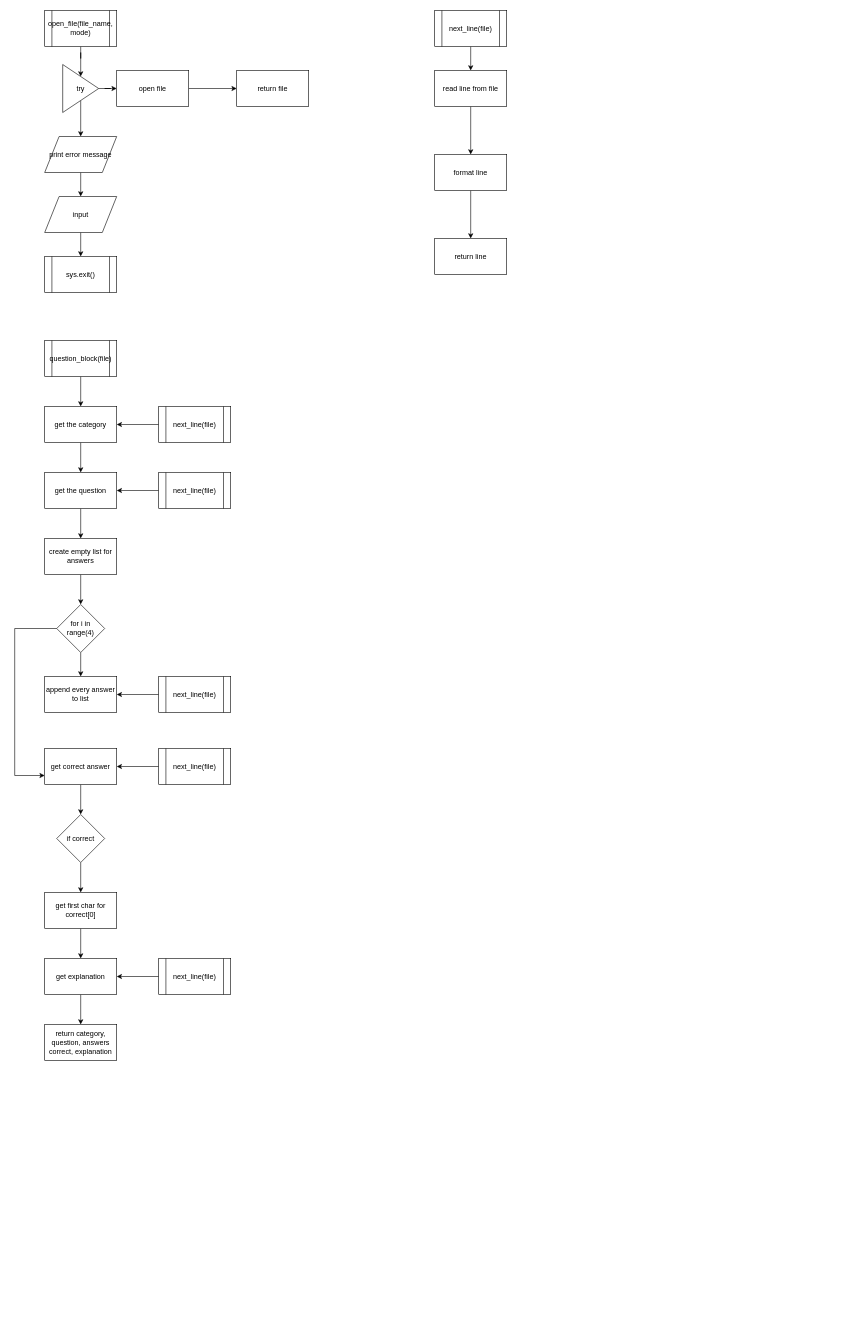
Mr360spectrum/Python-CLC keeps this draw.io diagram as Term 2/20Questions/20Questions.drawio. Above is the earlier version. Source tidied: cells renumbered, new cells numbered last; positions are measured from the earlier drawing's top-left corner, leaving out a move shared by most shapes. Both pictures are drawn from the tidied source at 60%, with x=0, y=0 at pixel (14, 10).
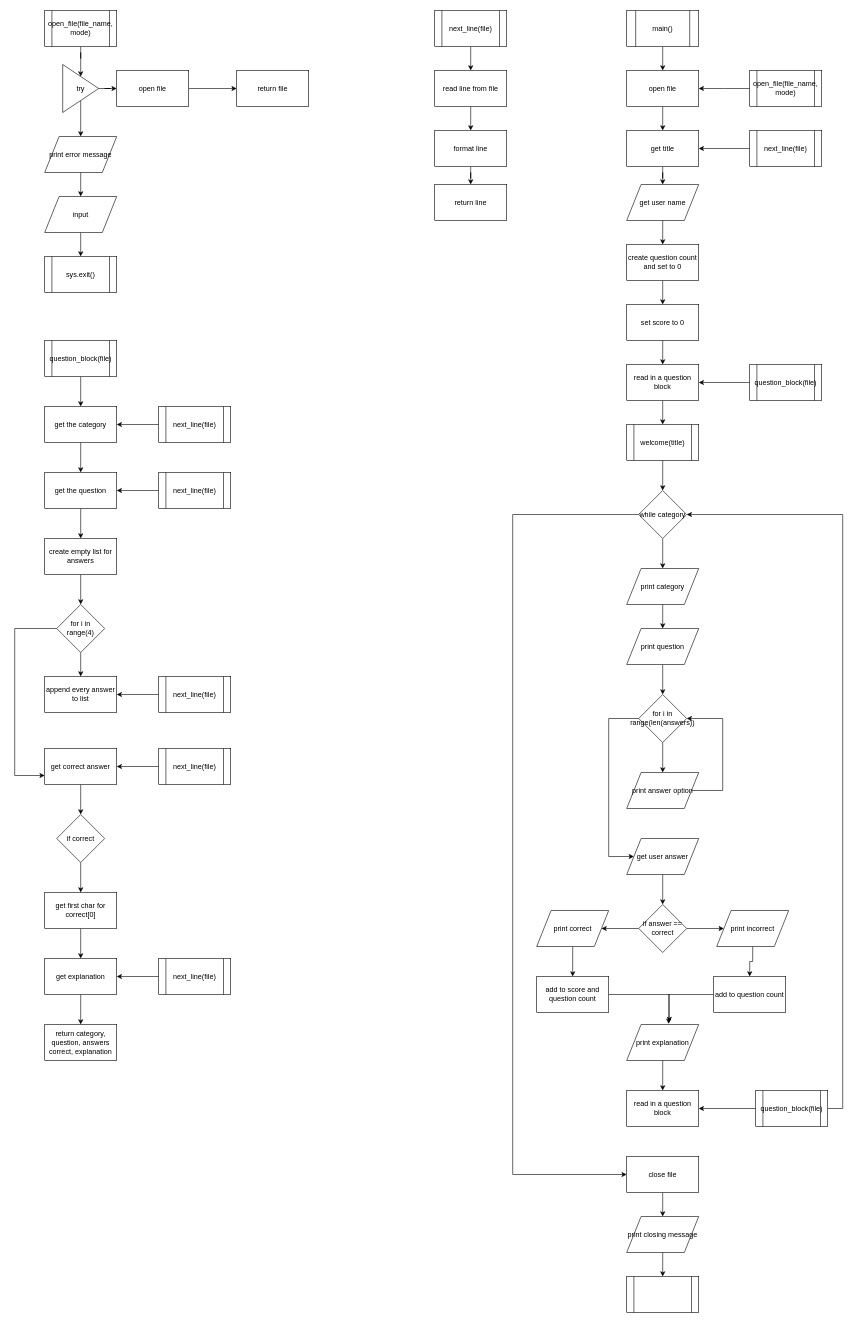
The same diagram, later.

Diff of the diagram source:
```diff
@@
     <mxCell id="20" value="format line" style="rounded=0;whiteSpace=wrap;html=1;" parent="1" vertex="1">
-      <mxGeometry x="700" y="240" width="120" height="60" as="geometry" />
+      <mxGeometry x="700" y="200" width="120" height="60" as="geometry" />
     </mxCell>
     <mxCell id="21" value="return line" style="rounded=0;whiteSpace=wrap;html=1;" parent="1" vertex="1">
-      <mxGeometry x="700" y="380" width="120" height="60" as="geometry" />
+      <mxGeometry x="700" y="290" width="120" height="60" as="geometry" />
     </mxCell>
@@
+    <mxCell id="53" style="edgeStyle=orthogonalEdgeStyle;rounded=0;jettySize=auto;html=1;" parent="1" edge="1" source="54" target="56">
+      <mxGeometry relative="1" as="geometry" />
+    </mxCell>
+    <mxCell id="54" value="main()" style="shape=process;whiteSpace=wrap;html=1;backgroundOutline=1;size=0.125;" parent="1" vertex="1">
+      <mxGeometry x="1020" width="120" height="60" as="geometry" />
+    </mxCell>
+    <mxCell id="55" style="edgeStyle=orthogonalEdgeStyle;rounded=0;jettySize=auto;html=1;" parent="1" edge="1" source="56" target="58">
+      <mxGeometry relative="1" as="geometry" />
+    </mxCell>
+    <mxCell id="56" value="open file" style="rounded=0;whiteSpace=wrap;html=1;" parent="1" vertex="1">
+      <mxGeometry x="1020" y="100" width="120" height="60" as="geometry" />
+    </mxCell>
+    <mxCell id="57" style="edgeStyle=orthogonalEdgeStyle;rounded=0;jettySize=auto;html=1;" parent="1" edge="1" source="58" target="64">
+      <mxGeometry relative="1" as="geometry" />
+    </mxCell>
+    <mxCell id="58" value="get title" style="rounded=0;whiteSpace=wrap;html=1;" parent="1" vertex="1">
+      <mxGeometry x="1020" y="200" width="120" height="60" as="geometry" />
+    </mxCell>
+    <mxCell id="59" style="edgeStyle=orthogonalEdgeStyle;rounded=0;jettySize=auto;html=1;" parent="1" edge="1" source="60">
+      <mxGeometry relative="1" as="geometry">
+        <mxPoint x="1140" y="130" as="targetPoint" />
+      </mxGeometry>
+    </mxCell>
+    <mxCell id="60" value="open_file(file_name, mode)" style="shape=process;whiteSpace=wrap;html=1;backgroundOutline=1;" parent="1" vertex="1">
+      <mxGeometry x="1225" y="100" width="120" height="60" as="geometry" />
+    </mxCell>
+    <mxCell id="61" style="edgeStyle=orthogonalEdgeStyle;rounded=0;jettySize=auto;html=1;entryX=1;entryY=0.5;entryDx=0;entryDy=0;entryPerimeter=0;" parent="1" edge="1" source="62" target="58">
+      <mxGeometry relative="1" as="geometry" />
+    </mxCell>
+    <mxCell id="62" value="next_line(file)" style="shape=process;whiteSpace=wrap;html=1;backgroundOutline=1;" parent="1" vertex="1">
+      <mxGeometry x="1225" y="200" width="120" height="60" as="geometry" />
+    </mxCell>
+    <mxCell id="63" style="edgeStyle=orthogonalEdgeStyle;rounded=0;jettySize=auto;html=1;" parent="1" edge="1" source="64" target="66">
+      <mxGeometry relative="1" as="geometry" />
+    </mxCell>
+    <mxCell id="64" value="get user name" style="shape=parallelogram;perimeter=parallelogramPerimeter;whiteSpace=wrap;html=1;" parent="1" vertex="1">
+      <mxGeometry x="1020" y="290" width="120" height="60" as="geometry" />
+    </mxCell>
+    <mxCell id="65" style="edgeStyle=orthogonalEdgeStyle;rounded=0;jettySize=auto;html=1;" parent="1" edge="1" source="66" target="68">
+      <mxGeometry relative="1" as="geometry" />
+    </mxCell>
+    <mxCell id="66" value="create question count and set to 0" style="rounded=0;whiteSpace=wrap;html=1;" parent="1" vertex="1">
+      <mxGeometry x="1020" y="390" width="120" height="60" as="geometry" />
+    </mxCell>
+    <mxCell id="67" style="edgeStyle=orthogonalEdgeStyle;rounded=0;jettySize=auto;html=1;" parent="1" edge="1" source="68" target="70">
+      <mxGeometry relative="1" as="geometry" />
+    </mxCell>
+    <mxCell id="68" value="set score to 0" style="rounded=0;whiteSpace=wrap;html=1;" parent="1" vertex="1">
+      <mxGeometry x="1020" y="490" width="120" height="60" as="geometry" />
+    </mxCell>
+    <mxCell id="69" style="edgeStyle=orthogonalEdgeStyle;rounded=0;jettySize=auto;html=1;" parent="1" edge="1" source="70" target="74">
+      <mxGeometry relative="1" as="geometry" />
+    </mxCell>
+    <mxCell id="70" value="read in a question block" style="rounded=0;whiteSpace=wrap;html=1;" parent="1" vertex="1">
+      <mxGeometry x="1020" y="590" width="120" height="60" as="geometry" />
+    </mxCell>
+    <mxCell id="71" style="edgeStyle=orthogonalEdgeStyle;rounded=0;jettySize=auto;html=1;entryX=1;entryY=0.5;entryDx=0;entryDy=0;" parent="1" edge="1" source="72" target="70">
+      <mxGeometry relative="1" as="geometry" />
+    </mxCell>
+    <mxCell id="72" value="question_block(file)" style="shape=process;whiteSpace=wrap;html=1;backgroundOutline=1;" parent="1" vertex="1">
+      <mxGeometry x="1225" y="590" width="120" height="60" as="geometry" />
+    </mxCell>
+    <mxCell id="73" style="edgeStyle=orthogonalEdgeStyle;rounded=0;jettySize=auto;html=1;" parent="1" edge="1" source="74" target="77">
+      <mxGeometry relative="1" as="geometry" />
+    </mxCell>
+    <mxCell id="74" value="welcome(title)" style="shape=process;whiteSpace=wrap;html=1;backgroundOutline=1;" parent="1" vertex="1">
+      <mxGeometry x="1020" y="690" width="120" height="60" as="geometry" />
+    </mxCell>
+    <mxCell id="75" style="edgeStyle=orthogonalEdgeStyle;rounded=0;jettySize=auto;html=1;" parent="1" edge="1" source="77" target="79">
+      <mxGeometry relative="1" as="geometry" />
+    </mxCell>
+    <mxCell id="76" style="edgeStyle=orthogonalEdgeStyle;rounded=0;jettySize=auto;html=1;entryX=0;entryY=0.5;entryDx=0;entryDy=0;" parent="1" edge="1" source="77" target="107">
+      <mxGeometry relative="1" as="geometry">
+        <Array as="points">
+          <mxPoint x="830" y="840" />
+          <mxPoint x="830" y="1940" />
+        </Array>
+      </mxGeometry>
+    </mxCell>
+    <mxCell id="77" value="while category" style="rhombus;whiteSpace=wrap;html=1;" parent="1" vertex="1">
+      <mxGeometry x="1040" y="800" width="80" height="80" as="geometry" />
+    </mxCell>
+    <mxCell id="78" style="edgeStyle=orthogonalEdgeStyle;rounded=0;jettySize=auto;html=1;" parent="1" edge="1" source="79" target="81">
+      <mxGeometry relative="1" as="geometry" />
+    </mxCell>
+    <mxCell id="79" value="print category" style="shape=parallelogram;perimeter=parallelogramPerimeter;whiteSpace=wrap;html=1;" parent="1" vertex="1">
+      <mxGeometry x="1020" y="930" width="120" height="60" as="geometry" />
+    </mxCell>
+    <mxCell id="80" style="edgeStyle=orthogonalEdgeStyle;rounded=0;jettySize=auto;html=1;" parent="1" edge="1" source="81" target="84">
+      <mxGeometry relative="1" as="geometry" />
+    </mxCell>
+    <mxCell id="81" value="print question" style="shape=parallelogram;perimeter=parallelogramPerimeter;whiteSpace=wrap;html=1;" parent="1" vertex="1">
+      <mxGeometry x="1020" y="1030" width="120" height="60" as="geometry" />
+    </mxCell>
+    <mxCell id="82" style="edgeStyle=orthogonalEdgeStyle;rounded=0;jettySize=auto;html=1;" parent="1" edge="1" source="84" target="86">
+      <mxGeometry relative="1" as="geometry" />
+    </mxCell>
+    <mxCell id="83" style="edgeStyle=orthogonalEdgeStyle;rounded=0;jettySize=auto;html=1;entryX=1;entryY=0.5;entryDx=0;entryDy=0;" parent="1" edge="1" source="84" target="88">
+      <mxGeometry relative="1" as="geometry">
+        <Array as="points">
+          <mxPoint x="990" y="1180" />
+          <mxPoint x="990" y="1410" />
+        </Array>
+      </mxGeometry>
+    </mxCell>
+    <mxCell id="84" value="for i in range(len(answers))" style="rhombus;whiteSpace=wrap;html=1;" parent="1" vertex="1">
+      <mxGeometry x="1040" y="1140" width="80" height="80" as="geometry" />
+    </mxCell>
+    <mxCell id="85" style="edgeStyle=orthogonalEdgeStyle;rounded=0;jettySize=auto;html=1;entryX=1;entryY=0.5;entryDx=0;entryDy=0;" parent="1" edge="1" source="86" target="84">
+      <mxGeometry relative="1" as="geometry">
+        <Array as="points">
+          <mxPoint x="1180" y="1300" />
+          <mxPoint x="1180" y="1180" />
+        </Array>
+      </mxGeometry>
+    </mxCell>
+    <mxCell id="86" value="print answer option" style="shape=parallelogram;perimeter=parallelogramPerimeter;whiteSpace=wrap;html=1;" parent="1" vertex="1">
+      <mxGeometry x="1020" y="1270" width="120" height="60" as="geometry" />
+    </mxCell>
+    <mxCell id="87" style="edgeStyle=orthogonalEdgeStyle;rounded=0;jettySize=auto;html=1;" parent="1" edge="1" source="88" target="91">
+      <mxGeometry relative="1" as="geometry" />
+    </mxCell>
+    <mxCell id="88" value="get user answer" style="shape=parallelogram;perimeter=parallelogramPerimeter;whiteSpace=wrap;html=1;direction=west;" parent="1" vertex="1">
+      <mxGeometry x="1020" y="1380" width="120" height="60" as="geometry" />
+    </mxCell>
+    <mxCell id="89" style="edgeStyle=orthogonalEdgeStyle;rounded=0;jettySize=auto;html=1;" parent="1" edge="1" source="91" target="93">
+      <mxGeometry relative="1" as="geometry" />
+    </mxCell>
+    <mxCell id="90" style="edgeStyle=orthogonalEdgeStyle;rounded=0;jettySize=auto;html=1;" parent="1" edge="1" source="91" target="95">
+      <mxGeometry relative="1" as="geometry" />
+    </mxCell>
+    <mxCell id="91" value="if answer == correct" style="rhombus;whiteSpace=wrap;html=1;" parent="1" vertex="1">
+      <mxGeometry x="1040" y="1490" width="80" height="80" as="geometry" />
+    </mxCell>
+    <mxCell id="92" style="edgeStyle=orthogonalEdgeStyle;rounded=0;jettySize=auto;html=1;" parent="1" edge="1" source="93" target="97">
+      <mxGeometry relative="1" as="geometry" />
+    </mxCell>
+    <mxCell id="93" value="print correct" style="shape=parallelogram;perimeter=parallelogramPerimeter;whiteSpace=wrap;html=1;" parent="1" vertex="1">
+      <mxGeometry x="870" y="1500" width="120" height="60" as="geometry" />
+    </mxCell>
+    <mxCell id="94" style="edgeStyle=orthogonalEdgeStyle;rounded=0;jettySize=auto;html=1;" parent="1" edge="1" source="95" target="99">
+      <mxGeometry relative="1" as="geometry" />
+    </mxCell>
+    <mxCell id="95" value="print incorrect" style="shape=parallelogram;perimeter=parallelogramPerimeter;whiteSpace=wrap;html=1;" parent="1" vertex="1">
+      <mxGeometry x="1170" y="1500" width="120" height="60" as="geometry" />
+    </mxCell>
+    <mxCell id="96" style="edgeStyle=orthogonalEdgeStyle;rounded=0;jettySize=auto;html=1;entryX=0.592;entryY=-0.067;entryDx=0;entryDy=0;entryPerimeter=0;" parent="1" edge="1" source="97" target="101">
+      <mxGeometry relative="1" as="geometry" />
+    </mxCell>
+    <mxCell id="97" value="add to score and question count" style="rounded=0;whiteSpace=wrap;html=1;" parent="1" vertex="1">
+      <mxGeometry x="870" y="1610" width="120" height="60" as="geometry" />
+    </mxCell>
+    <mxCell id="98" style="edgeStyle=orthogonalEdgeStyle;rounded=0;jettySize=auto;html=1;entryX=0.583;entryY=-0.017;entryDx=0;entryDy=0;entryPerimeter=0;" parent="1" edge="1" source="99" target="101">
+      <mxGeometry relative="1" as="geometry" />
+    </mxCell>
+    <mxCell id="99" value="add to question count" style="rounded=0;whiteSpace=wrap;html=1;" parent="1" vertex="1">
+      <mxGeometry x="1165" y="1610" width="120" height="60" as="geometry" />
+    </mxCell>
+    <mxCell id="100" style="edgeStyle=orthogonalEdgeStyle;rounded=0;jettySize=auto;html=1;" parent="1" edge="1" source="101" target="102">
+      <mxGeometry relative="1" as="geometry" />
+    </mxCell>
+    <mxCell id="101" value="print explanation" style="shape=parallelogram;perimeter=parallelogramPerimeter;whiteSpace=wrap;html=1;" parent="1" vertex="1">
+      <mxGeometry x="1020" y="1690" width="120" height="60" as="geometry" />
+    </mxCell>
+    <mxCell id="102" value="read in a question block" style="rounded=0;whiteSpace=wrap;html=1;" parent="1" vertex="1">
+      <mxGeometry x="1020" y="1800" width="120" height="60" as="geometry" />
+    </mxCell>
+    <mxCell id="103" style="edgeStyle=orthogonalEdgeStyle;rounded=0;jettySize=auto;html=1;entryX=1;entryY=0.5;entryDx=0;entryDy=0;" parent="1" edge="1" source="105" target="102">
+      <mxGeometry relative="1" as="geometry" />
+    </mxCell>
+    <mxCell id="104" style="edgeStyle=orthogonalEdgeStyle;rounded=0;jettySize=auto;html=1;" parent="1" edge="1" source="105">
+      <mxGeometry relative="1" as="geometry">
+        <mxPoint x="1120" y="840" as="targetPoint" />
+        <Array as="points">
+          <mxPoint x="1380" y="1830" />
+          <mxPoint x="1380" y="840" />
+        </Array>
+      </mxGeometry>
+    </mxCell>
+    <mxCell id="105" value="question_block(file)" style="shape=process;whiteSpace=wrap;html=1;backgroundOutline=1;" parent="1" vertex="1">
+      <mxGeometry x="1235" y="1800" width="120" height="60" as="geometry" />
+    </mxCell>
+    <mxCell id="106" style="edgeStyle=orthogonalEdgeStyle;rounded=0;jettySize=auto;html=1;" parent="1" edge="1" source="107" target="109">
+      <mxGeometry relative="1" as="geometry" />
+    </mxCell>
+    <mxCell id="107" value="close file" style="rounded=0;whiteSpace=wrap;html=1;" parent="1" vertex="1">
+      <mxGeometry x="1020" y="1910" width="120" height="60" as="geometry" />
+    </mxCell>
+    <mxCell id="108" style="edgeStyle=orthogonalEdgeStyle;rounded=0;jettySize=auto;html=1;" parent="1" edge="1" source="109" target="110">
+      <mxGeometry relative="1" as="geometry" />
+    </mxCell>
+    <mxCell id="109" value="print closing message" style="shape=parallelogram;perimeter=parallelogramPerimeter;whiteSpace=wrap;html=1;" parent="1" vertex="1">
+      <mxGeometry x="1020" y="2010" width="120" height="60" as="geometry" />
+    </mxCell>
+    <mxCell id="110" style="shape=process;whiteSpace=wrap;html=1;backgroundOutline=1;" parent="1" vertex="1">
+      <mxGeometry x="1020" y="2110" width="120" height="60" as="geometry" />
+    </mxCell>
```
